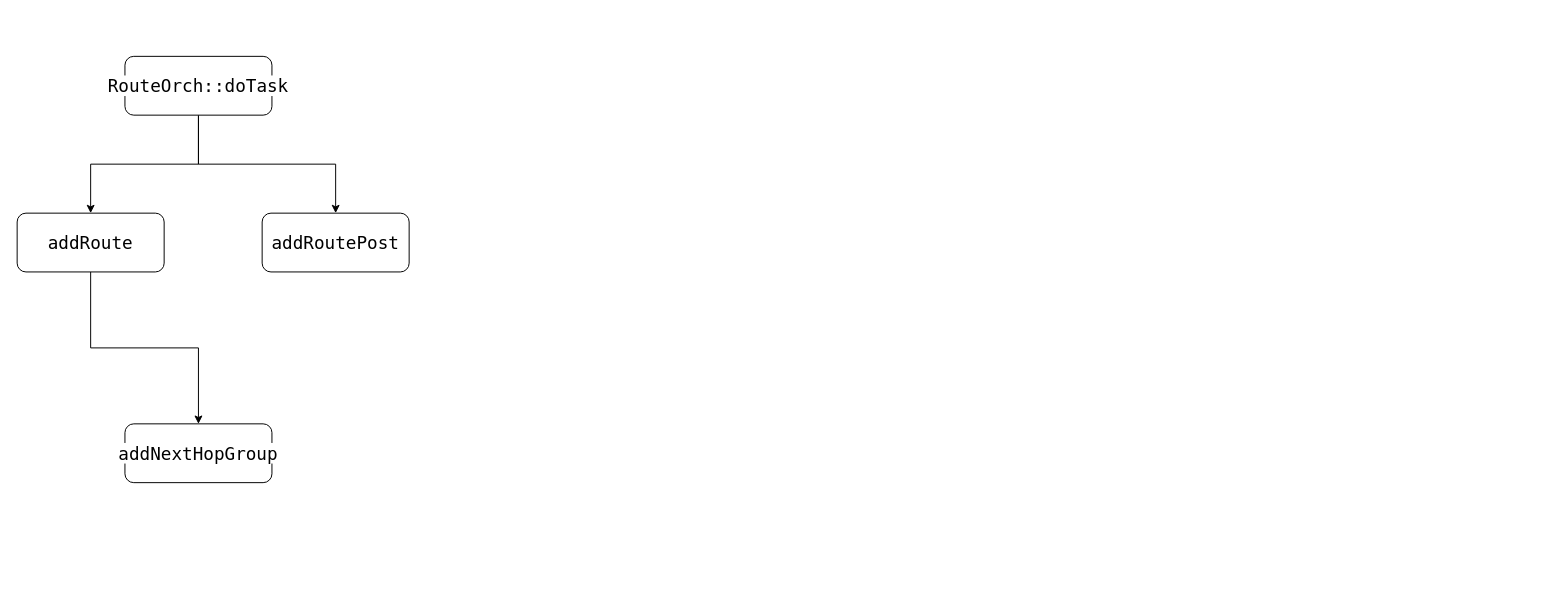
Above: SONiC orchagent.drawio in hubblezzhu/frr_learning (draw.io), before the change. Source tidied: cells renumbered, new cells numbered last; positions are measured from the earlier drawing's top-left corner, leaving out a move shared by most shapes. Both pictures are drawn from the tidied source at 98%, with x=0, y=0 at pixel (17, 56).
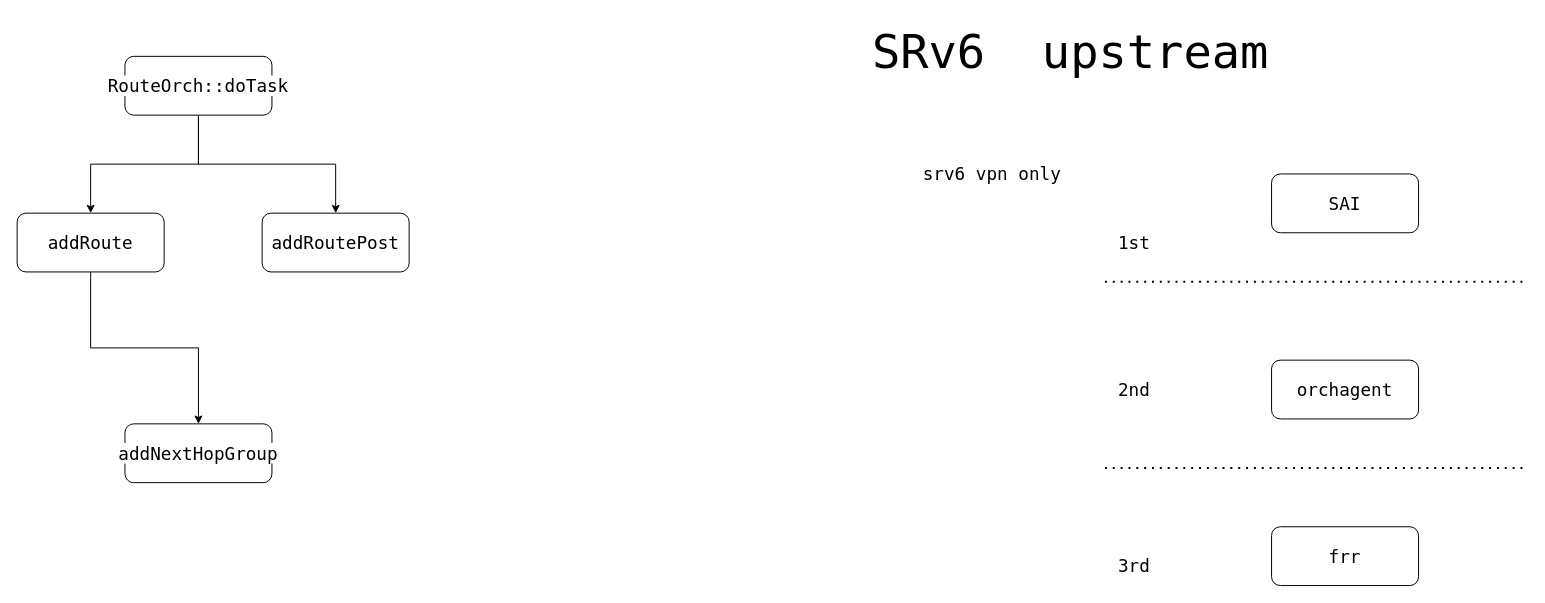
The same diagram, later.

The edit, as a diff of the source:
```diff
@@
+    <mxCell id="9" value="SAI" style="rounded=1;whiteSpace=wrap;html=1;fontFamily=Lucida Console;fontSize=18;labelBackgroundColor=default;" parent="1" vertex="1">
+      <mxGeometry x="1280" y="120" width="150" height="60" as="geometry" />
+    </mxCell>
+    <mxCell id="10" value="SRv6&amp;nbsp; upstream" style="text;html=1;strokeColor=none;fillColor=none;align=center;verticalAlign=middle;whiteSpace=wrap;rounded=0;fontFamily=Lucida Console;fontSize=48;" parent="1" vertex="1">
+      <mxGeometry x="820" y="-40" width="510" height="70" as="geometry" />
+    </mxCell>
+    <mxCell id="11" value="orchagent" style="rounded=1;whiteSpace=wrap;html=1;fontFamily=Lucida Console;fontSize=18;labelBackgroundColor=default;" parent="1" vertex="1">
+      <mxGeometry x="1280" y="310" width="150" height="60" as="geometry" />
+    </mxCell>
+    <mxCell id="12" value="frr" style="rounded=1;whiteSpace=wrap;html=1;fontFamily=Lucida Console;fontSize=18;labelBackgroundColor=default;" parent="1" vertex="1">
+      <mxGeometry x="1280" y="480" width="150" height="60" as="geometry" />
+    </mxCell>
+    <mxCell id="13" style="endArrow=none;dashed=1;html=1;dashPattern=1 3;strokeWidth=2;rounded=0;fontFamily=Lucida Console;fontSize=48;" parent="1" edge="1">
+      <mxGeometry relative="1" as="geometry">
+        <mxPoint x="1110" y="230" as="sourcePoint" />
+        <mxPoint x="1540" y="230" as="targetPoint" />
+        <Array as="points">
+          <mxPoint x="1340" y="230" />
+        </Array>
+      </mxGeometry>
+    </mxCell>
+    <mxCell id="14" value="&lt;font style=&quot;font-size: 18px;&quot;&gt;1st&lt;/font&gt;" style="text;html=1;strokeColor=none;fillColor=none;align=center;verticalAlign=middle;whiteSpace=wrap;rounded=0;fontFamily=Lucida Console;fontSize=48;" parent="1" vertex="1">
+      <mxGeometry x="1110" y="160" width="60" height="40" as="geometry" />
+    </mxCell>
+    <mxCell id="15" value="&lt;font style=&quot;font-size: 18px;&quot;&gt;srv6 vpn only&lt;/font&gt;" style="text;html=1;strokeColor=none;fillColor=none;align=center;verticalAlign=middle;whiteSpace=wrap;rounded=0;fontFamily=Lucida Console;fontSize=48;" parent="1" vertex="1">
+      <mxGeometry x="890" y="90" width="210" height="40" as="geometry" />
+    </mxCell>
+    <mxCell id="16" value="&lt;font style=&quot;font-size: 18px;&quot;&gt;2nd&lt;/font&gt;" style="text;html=1;strokeColor=none;fillColor=none;align=center;verticalAlign=middle;whiteSpace=wrap;rounded=0;fontFamily=Lucida Console;fontSize=48;" parent="1" vertex="1">
+      <mxGeometry x="1110" y="310" width="60" height="40" as="geometry" />
+    </mxCell>
+    <mxCell id="17" value="&lt;font style=&quot;font-size: 18px;&quot;&gt;3rd&lt;/font&gt;" style="text;html=1;strokeColor=none;fillColor=none;align=center;verticalAlign=middle;whiteSpace=wrap;rounded=0;fontFamily=Lucida Console;fontSize=48;" parent="1" vertex="1">
+      <mxGeometry x="1110" y="490" width="60" height="40" as="geometry" />
+    </mxCell>
+    <mxCell id="18" style="endArrow=none;dashed=1;html=1;dashPattern=1 3;strokeWidth=2;rounded=0;fontFamily=Lucida Console;fontSize=48;" parent="1" edge="1">
+      <mxGeometry relative="1" as="geometry">
+        <mxPoint x="1110" y="420" as="sourcePoint" />
+        <mxPoint x="1540" y="420" as="targetPoint" />
+        <Array as="points">
+          <mxPoint x="1340" y="420" />
+        </Array>
+      </mxGeometry>
+    </mxCell>
```
